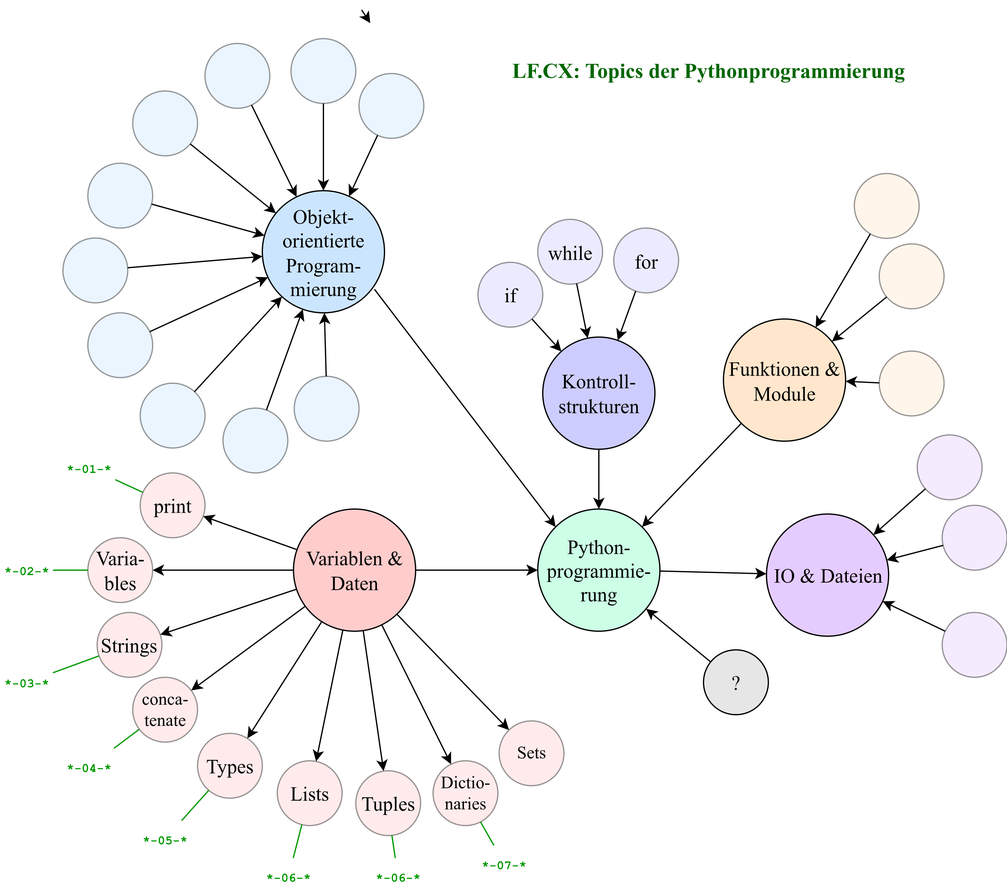
protirone/protico.ltx keeps this draw.io diagram as sources/lf.cx/img.lf/py2go-systematic.png. Above is the earlier version. Source tidied: cells renumbered, new cells last; positions are measured from the earlier drawing's top-left corner, leaving out a move shared by most shapes.
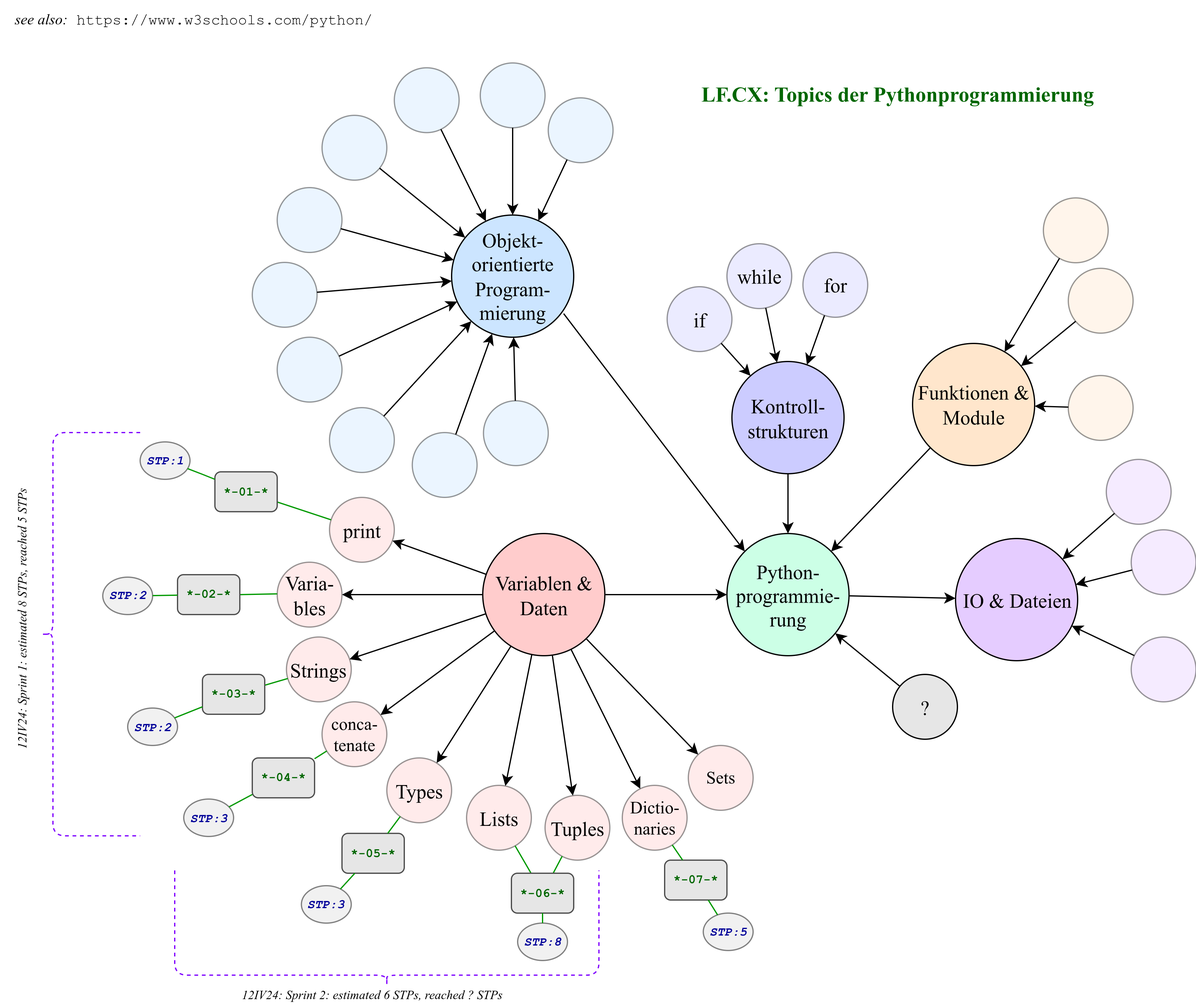
After the change.

The edit, as a diff of the source:
```diff
@@ -2,6 +2,9 @@
   <root>
     <mxCell id="0" />
     <mxCell id="1" parent="0" />
+    <mxCell id="88" value="&lt;font style=&quot;color: rgb(0, 102, 0);&quot;&gt;&lt;b&gt;*-07-*&lt;/b&gt;&lt;/font&gt;" style="rounded=1;whiteSpace=wrap;html=1;fontFamily=Courier New;fontSize=10;fillColor=#E6E6E6;strokeColor=#4D4D4D;" parent="1" vertex="1">
+      <mxGeometry x="381" y="663" width="50" height="32" as="geometry" />
+    </mxCell>
     <mxCell id="2" value="Kontroll-strukturen" style="ellipse;whiteSpace=wrap;html=1;shapeInside=1;fontFamily=Garamond;fontSize=16;fillColor=#CCCCFF;" parent="1" vertex="1">
       <mxGeometry x="435" y="263" width="90" height="90" as="geometry" />
     </mxCell>
@@ -101,12 +104,6 @@
     <mxCell id="34" style="endArrow=classic;html=1;rounded=0;" parent="1" edge="1" source="42" target="3">
       <mxGeometry relative="1" as="geometry" />
     </mxCell>
-    <mxCell id="35" style="endArrow=classic;html=1;rounded=0;" parent="1" edge="1">
-      <mxGeometry relative="1" as="geometry">
-        <mxPoint x="289.7" y="0.5" as="sourcePoint" />
-        <mxPoint x="296.6" y="11.1" as="targetPoint" />
-      </mxGeometry>
-    </mxCell>
     <mxCell id="36" value="&lt;div&gt;&lt;br/&gt;&lt;/div&gt;" style="ellipse;whiteSpace=wrap;html=1;shapeInside=1;fontFamily=Garamond;fontSize=16;fillColor=#CCE5FF;opacity=40;" parent="1" vertex="1">
       <mxGeometry x="112" y="300" width="52" height="52" as="geometry" />
     </mxCell>
@@ -221,53 +218,108 @@
     <mxCell id="73" style="endArrow=classic;html=1;rounded=0;" parent="1" edge="1" source="6" target="66">
       <mxGeometry relative="1" as="geometry" />
     </mxCell>
+    <mxCell id="75" style="endArrow=none;html=1;rounded=0;strokeColor=#009900;" parent="1" edge="1" source="49" target="74">
+      <mxGeometry relative="1" as="geometry" />
+    </mxCell>
+    <mxCell id="77" style="endArrow=none;html=1;rounded=0;strokeColor=#009900;" parent="1" edge="1" source="50" target="76">
+      <mxGeometry relative="1" as="geometry" />
+    </mxCell>
+    <mxCell id="82" style="endArrow=none;html=1;rounded=0;strokeColor=#009900;" parent="1" edge="1" source="44" target="78">
+      <mxGeometry relative="1" as="geometry" />
+    </mxCell>
+    <mxCell id="83" style="endArrow=none;html=1;rounded=0;strokeColor=#009900;" parent="1" edge="1" source="51" target="79">
+      <mxGeometry relative="1" as="geometry" />
+    </mxCell>
+    <mxCell id="85" style="endArrow=none;html=1;rounded=0;strokeColor=#009900;" parent="1" edge="1" source="18" target="92">
+      <mxGeometry relative="1" as="geometry" />
+    </mxCell>
+    <mxCell id="87" style="endArrow=none;html=1;rounded=0;strokeColor=#009900;" parent="1" edge="1" source="61" target="92">
+      <mxGeometry relative="1" as="geometry" />
+    </mxCell>
+    <mxCell id="89" style="endArrow=none;html=1;rounded=0;strokeColor=#009900;" parent="1" edge="1" source="63" target="88">
+      <mxGeometry relative="1" as="geometry" />
+    </mxCell>
-    <mxCell id="74" value="&lt;font style=&quot;color: rgb(0, 153, 0); font-size: 10px;&quot; face=&quot;Courier New&quot;&gt;&lt;b style=&quot;&quot;&gt;*-01-*&lt;/b&gt;&lt;/font&gt;" style="text;html=1;align=center;verticalAlign=middle;whiteSpace=wrap;rounded=0;" parent="1" vertex="1">
-      <mxGeometry x="50" y="353" width="42" height="30" as="geometry" />
+    <mxCell id="74" value="&lt;font style=&quot;color: rgb(0, 102, 0);&quot;&gt;&lt;b&gt;*-01-*&lt;/b&gt;&lt;/font&gt;" style="rounded=1;whiteSpace=wrap;html=1;fontFamily=Courier New;fontSize=10;fillColor=#E6E6E6;strokeColor=#4D4D4D;" parent="1" vertex="1">
+      <mxGeometry x="20" y="351.5" width="50" height="32" as="geometry" />
     </mxCell>
-    <mxCell id="75" style="endArrow=none;html=1;rounded=0;strokeColor=#009900;" parent="1" edge="1" source="49" target="74">
-      <mxGeometry relative="1" as="geometry" />
-    </mxCell>
+    <mxCell id="90" value="&lt;b&gt;&lt;font style=&quot;color: rgb(0, 0, 153);&quot;&gt;&lt;i&gt;STP:1&lt;/i&gt;&lt;/font&gt;&lt;/b&gt;" style="ellipse;whiteSpace=wrap;html=1;fillColor=#F1F1F1;fontFamily=Courier New;fontSize=10;fontColor=#0000CC;strokeColor=#808080;" parent="1" vertex="1">
+      <mxGeometry x="-40" y="327.5" width="40" height="30" as="geometry" />
+    </mxCell>
+    <mxCell id="91" style="endArrow=none;html=1;rounded=0;strokeColor=#009900;" parent="1" edge="1" source="74" target="90">
+      <mxGeometry relative="1" as="geometry">
+        <Array as="points">
+          <mxPoint x="10" y="353.5" />
+        </Array>
+      </mxGeometry>
+    </mxCell>
-    <mxCell id="76" value="&lt;font style=&quot;color: rgb(0, 153, 0); font-size: 10px;&quot; face=&quot;Courier New&quot;&gt;&lt;b style=&quot;&quot;&gt;*-02-*&lt;/b&gt;&lt;/font&gt;" style="text;html=1;align=center;verticalAlign=middle;whiteSpace=wrap;rounded=0;" parent="1" vertex="1">
-      <mxGeometry y="435" width="42" height="30" as="geometry" />
+    <mxCell id="76" value="&lt;font style=&quot;color: rgb(0, 102, 0);&quot;&gt;&lt;b&gt;*-02-*&lt;/b&gt;&lt;/font&gt;" style="rounded=1;whiteSpace=wrap;html=1;fontFamily=Courier New;fontSize=10;fillColor=#E6E6E6;strokeColor=#4D4D4D;" parent="1" vertex="1">
+      <mxGeometry x="-10" y="434" width="50" height="32" as="geometry" />
     </mxCell>
-    <mxCell id="77" style="endArrow=none;html=1;rounded=0;strokeColor=#009900;" parent="1" edge="1" source="50" target="76">
-      <mxGeometry relative="1" as="geometry" />
-    </mxCell>
-    <mxCell id="78" value="&lt;font style=&quot;color: rgb(0, 153, 0); font-size: 10px;&quot; face=&quot;Courier New&quot;&gt;&lt;b style=&quot;&quot;&gt;*-03-*&lt;/b&gt;&lt;/font&gt;" style="text;html=1;align=center;verticalAlign=middle;whiteSpace=wrap;rounded=0;" parent="1" vertex="1">
-      <mxGeometry y="525" width="42" height="30" as="geometry" />
+    <mxCell id="78" value="&lt;font style=&quot;color: rgb(0, 102, 0);&quot;&gt;&lt;b&gt;*-03-*&lt;/b&gt;&lt;/font&gt;" style="rounded=1;whiteSpace=wrap;html=1;fontFamily=Courier New;fontSize=10;fillColor=#E6E6E6;strokeColor=#4D4D4D;" parent="1" vertex="1">
+      <mxGeometry x="10" y="514" width="50" height="32" as="geometry" />
     </mxCell>
-    <mxCell id="79" value="&lt;font style=&quot;color: rgb(0, 153, 0); font-size: 10px;&quot; face=&quot;Courier New&quot;&gt;&lt;b style=&quot;&quot;&gt;*-04-*&lt;/b&gt;&lt;/font&gt;" style="text;html=1;align=center;verticalAlign=middle;whiteSpace=wrap;rounded=0;" parent="1" vertex="1">
-      <mxGeometry x="50" y="593" width="42" height="30" as="geometry" />
+    <mxCell id="79" value="&lt;font style=&quot;color: rgb(0, 102, 0);&quot;&gt;&lt;b&gt;*-04-*&lt;/b&gt;&lt;/font&gt;" style="rounded=1;whiteSpace=wrap;html=1;fontFamily=Courier New;fontSize=10;fillColor=#E6E6E6;strokeColor=#4D4D4D;" parent="1" vertex="1">
+      <mxGeometry x="50" y="581" width="50" height="32" as="geometry" />
     </mxCell>
-    <mxCell id="80" value="&lt;font style=&quot;color: rgb(0, 153, 0); font-size: 10px;&quot; face=&quot;Courier New&quot;&gt;&lt;b style=&quot;&quot;&gt;*-05-*&lt;/b&gt;&lt;/font&gt;" style="text;html=1;align=center;verticalAlign=middle;whiteSpace=wrap;rounded=0;" parent="1" vertex="1">
-      <mxGeometry x="111" y="651" width="42" height="30" as="geometry" />
+    <mxCell id="80" value="&lt;font style=&quot;color: rgb(0, 102, 0);&quot;&gt;&lt;b&gt;*-05-*&lt;/b&gt;&lt;/font&gt;" style="rounded=1;whiteSpace=wrap;html=1;fontFamily=Courier New;fontSize=10;fillColor=#E6E6E6;strokeColor=#4D4D4D;" parent="1" vertex="1">
+      <mxGeometry x="122" y="641.5" width="50" height="32" as="geometry" />
     </mxCell>
-    <mxCell id="81" value="&lt;font style=&quot;color: rgb(0, 153, 0); font-size: 10px;&quot; face=&quot;Courier New&quot;&gt;&lt;b style=&quot;&quot;&gt;*-06-*&lt;/b&gt;&lt;/font&gt;" style="text;html=1;align=center;verticalAlign=middle;whiteSpace=wrap;rounded=0;" parent="1" vertex="1">
-      <mxGeometry x="210" y="681" width="42" height="30" as="geometry" />
-    </mxCell>
-    <mxCell id="82" style="endArrow=none;html=1;rounded=0;strokeColor=#009900;" parent="1" edge="1" source="44" target="78">
-      <mxGeometry relative="1" as="geometry" />
-    </mxCell>
-    <mxCell id="83" style="endArrow=none;html=1;rounded=0;strokeColor=#009900;" parent="1" edge="1" source="51" target="79">
-      <mxGeometry relative="1" as="geometry" />
-    </mxCell>
+    <mxCell id="92" value="&lt;font style=&quot;color: rgb(0, 102, 0);&quot;&gt;&lt;b&gt;*-06-*&lt;/b&gt;&lt;/font&gt;" style="rounded=1;whiteSpace=wrap;html=1;fontFamily=Courier New;fontSize=10;fillColor=#E6E6E6;strokeColor=#4D4D4D;" parent="1" vertex="1">
+      <mxGeometry x="258" y="673.5" width="50" height="32" as="geometry" />
+    </mxCell>
     <mxCell id="84" style="endArrow=none;html=1;rounded=0;strokeColor=#009900;" parent="1" edge="1" source="17" target="80">
       <mxGeometry relative="1" as="geometry" />
     </mxCell>
-    <mxCell id="85" style="endArrow=none;html=1;rounded=0;strokeColor=#009900;" parent="1" edge="1" source="18" target="81">
-      <mxGeometry relative="1" as="geometry" />
-    </mxCell>
-    <mxCell id="86" value="&lt;font style=&quot;color: rgb(0, 153, 0); font-size: 10px;&quot; face=&quot;Courier New&quot;&gt;&lt;b style=&quot;&quot;&gt;*-06-*&lt;/b&gt;&lt;/font&gt;" style="text;html=1;align=center;verticalAlign=middle;whiteSpace=wrap;rounded=0;" parent="1" vertex="1">
-      <mxGeometry x="297.6" y="681" width="42" height="30" as="geometry" />
-    </mxCell>
-    <mxCell id="87" style="endArrow=none;html=1;rounded=0;strokeColor=#009900;" parent="1" edge="1" source="61" target="86">
-      <mxGeometry relative="1" as="geometry" />
-    </mxCell>
-    <mxCell id="88" value="&lt;font style=&quot;color: rgb(0, 153, 0); font-size: 10px;&quot; face=&quot;Courier New&quot;&gt;&lt;b style=&quot;&quot;&gt;*-07-*&lt;/b&gt;&lt;/font&gt;" style="text;html=1;align=center;verticalAlign=middle;whiteSpace=wrap;rounded=0;" parent="1" vertex="1">
-      <mxGeometry x="383" y="671" width="42" height="30" as="geometry" />
-    </mxCell>
-    <mxCell id="89" style="endArrow=none;html=1;rounded=0;strokeColor=#009900;" parent="1" edge="1" source="63" target="88">
-      <mxGeometry relative="1" as="geometry" />
-    </mxCell>
+    <mxCell id="93" value="&lt;b&gt;&lt;font style=&quot;color: rgb(0, 0, 153);&quot;&gt;&lt;i&gt;STP:2&lt;/i&gt;&lt;/font&gt;&lt;/b&gt;" style="ellipse;whiteSpace=wrap;html=1;fillColor=#F1F1F1;fontFamily=Courier New;fontSize=10;fontColor=#0000CC;strokeColor=#808080;" parent="1" vertex="1">
+      <mxGeometry x="-70" y="436" width="40" height="30" as="geometry" />
+    </mxCell>
+    <mxCell id="94" value="&lt;b&gt;&lt;font style=&quot;color: rgb(0, 0, 153);&quot;&gt;&lt;i&gt;STP:2&lt;/i&gt;&lt;/font&gt;&lt;/b&gt;" style="ellipse;whiteSpace=wrap;html=1;fillColor=#F1F1F1;fontFamily=Courier New;fontSize=10;fontColor=#0000CC;strokeColor=#808080;" parent="1" vertex="1">
+      <mxGeometry x="-50" y="541" width="40" height="30" as="geometry" />
+    </mxCell>
+    <mxCell id="95" value="&lt;b&gt;&lt;font style=&quot;color: rgb(0, 0, 153);&quot;&gt;&lt;i&gt;STP:3&lt;/i&gt;&lt;/font&gt;&lt;/b&gt;" style="ellipse;whiteSpace=wrap;html=1;fillColor=#F1F1F1;fontFamily=Courier New;fontSize=10;fontColor=#0000CC;strokeColor=#808080;" parent="1" vertex="1">
+      <mxGeometry x="-5" y="614" width="40" height="30" as="geometry" />
+    </mxCell>
+    <mxCell id="96" value="&lt;b&gt;&lt;font style=&quot;color: rgb(0, 0, 153);&quot;&gt;&lt;i&gt;STP:3&lt;/i&gt;&lt;/font&gt;&lt;/b&gt;" style="ellipse;whiteSpace=wrap;html=1;fillColor=#F1F1F1;fontFamily=Courier New;fontSize=10;fontColor=#0000CC;strokeColor=#808080;" parent="1" vertex="1">
+      <mxGeometry x="89.4" y="683.5" width="40" height="30" as="geometry" />
+    </mxCell>
+    <mxCell id="97" value="&lt;b&gt;&lt;font style=&quot;color: rgb(0, 0, 153);&quot;&gt;&lt;i&gt;STP:8&lt;/i&gt;&lt;/font&gt;&lt;/b&gt;" style="ellipse;whiteSpace=wrap;html=1;fillColor=#F1F1F1;fontFamily=Courier New;fontSize=10;fontColor=#0000CC;strokeColor=#808080;" parent="1" vertex="1">
+      <mxGeometry x="263" y="713.5" width="40" height="30" as="geometry" />
+    </mxCell>
+    <mxCell id="98" value="&lt;b&gt;&lt;font style=&quot;color: rgb(0, 0, 153);&quot;&gt;&lt;i&gt;STP:5&lt;/i&gt;&lt;/font&gt;&lt;/b&gt;" style="ellipse;whiteSpace=wrap;html=1;fillColor=#F1F1F1;fontFamily=Courier New;fontSize=10;fontColor=#0000CC;strokeColor=#808080;" parent="1" vertex="1">
+      <mxGeometry x="412" y="705.5" width="40" height="30" as="geometry" />
+    </mxCell>
+    <mxCell id="99" style="endArrow=none;html=1;rounded=0;strokeColor=#009900;" parent="1" edge="1" source="76" target="93">
+      <mxGeometry relative="1" as="geometry" />
+    </mxCell>
+    <mxCell id="100" style="endArrow=none;html=1;rounded=0;strokeColor=#009900;" parent="1" edge="1" source="78" target="94">
+      <mxGeometry relative="1" as="geometry" />
+    </mxCell>
+    <mxCell id="101" style="endArrow=none;html=1;rounded=0;strokeColor=#009900;" parent="1" edge="1" source="79" target="95">
+      <mxGeometry relative="1" as="geometry" />
+    </mxCell>
+    <mxCell id="102" style="endArrow=none;html=1;rounded=0;strokeColor=#009900;" parent="1" edge="1" source="80" target="96">
+      <mxGeometry relative="1" as="geometry" />
+    </mxCell>
+    <mxCell id="103" style="endArrow=none;html=1;rounded=0;strokeColor=#009900;" parent="1" edge="1" source="92" target="97">
+      <mxGeometry relative="1" as="geometry" />
+    </mxCell>
+    <mxCell id="104" style="endArrow=none;html=1;rounded=0;strokeColor=#009900;" parent="1" edge="1" source="88" target="98">
+      <mxGeometry relative="1" as="geometry" />
+    </mxCell>
+    <mxCell id="105" style="shape=curlyBracket;whiteSpace=wrap;html=1;rounded=1;labelPosition=left;verticalLabelPosition=middle;align=right;verticalAlign=middle;size=0.125;dashed=1;strokeColor=#7F00FF;" parent="1" vertex="1">
+      <mxGeometry x="-120" y="320" width="80" height="323.5" as="geometry" />
+    </mxCell>
+    <mxCell id="106" value="&lt;font style=&quot;font-size: 10px;&quot; face=&quot;Garamond&quot;&gt;&lt;i style=&quot;&quot;&gt;12IV24: Sprint 1: estimated 8 STPs, reached 5 STPs&amp;nbsp;&lt;/i&gt;&lt;/font&gt;" style="text;html=1;align=center;verticalAlign=middle;whiteSpace=wrap;rounded=0;rotation=-90;" parent="1" vertex="1">
+      <mxGeometry x="-270" y="451.8" width="270" height="32.2" as="geometry" />
+    </mxCell>
+    <mxCell id="107" style="shape=curlyBracket;whiteSpace=wrap;html=1;rounded=1;labelPosition=left;verticalLabelPosition=middle;align=right;verticalAlign=middle;rotation=-90;size=0.08695652173913043;strokeColor=#7F00FF;dashed=1;" parent="1" vertex="1">
+      <mxGeometry x="112" y="547" width="92" height="340.5" as="geometry" />
+    </mxCell>
+    <mxCell id="108" value="&lt;font style=&quot;font-size: 10px;&quot; face=&quot;Garamond&quot;&gt;&lt;i style=&quot;&quot;&gt;12IV24: Sprint 2: estimated 6 STPs, reached ? STPs&amp;nbsp;&lt;/i&gt;&lt;/font&gt;" style="text;html=1;align=center;verticalAlign=middle;whiteSpace=wrap;rounded=0;rotation=0;" parent="1" vertex="1">
+      <mxGeometry x="14.5" y="760.5" width="265" height="20" as="geometry" />
+    </mxCell>
+    <mxCell id="109" value="&lt;font face=&quot;Garamond&quot;&gt;&lt;i&gt;see also:&lt;/i&gt;&lt;/font&gt; https://www.w3schools.com/python/" style="text;html=1;align=center;verticalAlign=middle;whiteSpace=wrap;rounded=0;fontFamily=Courier New;" parent="1" vertex="1">
+      <mxGeometry x="-152" y="-26.5" width="310" height="30" as="geometry" />
+    </mxCell>
   </root>
 </mxGraphModel>
```
